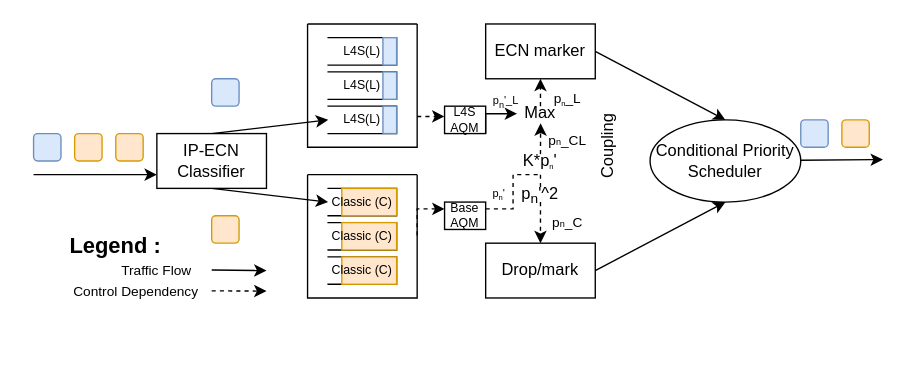
Before: Research Paper Diagrams/Deol L4S Architecture.drawio in MPTCP-FreeBSD/FreeBSD-L4S-Experiments, a draw.io diagram. Source tidied: cells renumbered, new cells numbered last; positions are measured from the earlier drawing's top-left corner, leaving out a move shared by most shapes. Both pictures are drawn from the tidied source at 137%, with x=0, y=0 at pixel (33, 23).
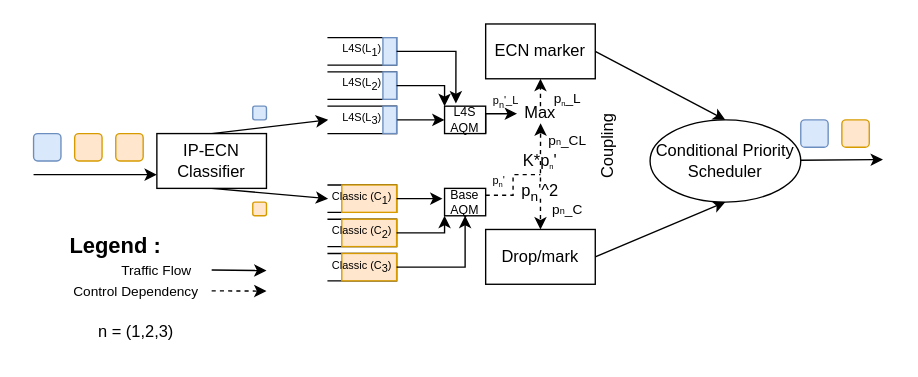
The same page after the edit.

The change refers to these unchanged cells:
```xml
<mxCell id="9" style="shape=partialRectangle;whiteSpace=wrap;html=1;bottom=1;right=1;left=1;top=0;fillColor=none;routingCenterX=-0.5;direction=north;shadow=0;" parent="1" vertex="1">
  <mxGeometry x="215" y="60" width="50" height="20" as="geometry" />
</mxCell>
<mxCell id="13" value="L4S AQM" style="rounded=0;whiteSpace=wrap;html=1;fontSize=9;shadow=0;" parent="1" vertex="1">
  <mxGeometry x="300" y="60" width="30" height="20" as="geometry" />
</mxCell>
<mxCell id="55" style="shape=partialRectangle;whiteSpace=wrap;html=1;bottom=1;right=1;left=1;top=0;fillColor=none;routingCenterX=-0.5;direction=north;shadow=0;" parent="1" vertex="1">
  <mxGeometry x="215" y="10" width="50" height="20" as="geometry" />
</mxCell>
```

What changed in the source:
```diff
@@
+    <mxCell id="63" style="edgeStyle=orthogonalEdgeStyle;rounded=0;jettySize=auto;html=1;exitX=0.5;exitY=1;exitDx=0;exitDy=0;entryX=0;entryY=0.5;entryDx=0;entryDy=0;" parent="1" edge="1" source="9" target="13">
+      <mxGeometry relative="1" as="geometry" />
+    </mxCell>
@@
     <mxCell id="10" style="shape=partialRectangle;whiteSpace=wrap;html=1;bottom=1;right=1;left=1;top=0;fillColor=none;routingCenterX=-0.5;direction=north;shadow=0;" parent="1" vertex="1">
-      <mxGeometry x="215" y="120" width="50" height="20" as="geometry" />
+      <mxGeometry x="215" y="117.5" width="50" height="20" as="geometry" />
     </mxCell>
@@
     <mxCell id="12" style="rounded=0;whiteSpace=wrap;html=1;fillColor=#ffe6cc;strokeColor=#d79b00;shadow=0;" parent="1" vertex="1">
-      <mxGeometry x="225" y="120" width="40" height="20" as="geometry" />
+      <mxGeometry x="225" y="117.5" width="40" height="20" as="geometry" />
     </mxCell>
@@
     <mxCell id="17" value="Drop/mark" style="rounded=0;whiteSpace=wrap;html=1;shadow=0;" parent="1" vertex="1">
-      <mxGeometry x="330" y="160" width="80" height="40" as="geometry" />
+      <mxGeometry x="330" y="150" width="80" height="40" as="geometry" />
     </mxCell>
@@
     <mxCell id="20" style="edgeStyle=orthogonalEdgeStyle;rounded=0;jettySize=auto;html=1;entryX=0.5;entryY=0;entryDx=0;entryDy=0;endArrow=none;endFill=0;shadow=0;dashed=1;" parent="1" edge="1" target="22">
       <mxGeometry relative="1" as="geometry">
-        <mxPoint x="370" y="110" as="sourcePoint" />
+        <mxPoint x="370" y="100" as="sourcePoint" />
         <Array as="points">
-          <mxPoint x="370" y="120" />
-          <mxPoint x="370" y="120" />
+          <mxPoint x="370" y="110" />
+          <mxPoint x="370" y="110" />
         </Array>
       </mxGeometry>
     </mxCell>
@@
     <mxCell id="22" value="p&lt;sub&gt;n&lt;/sub&gt;'^2" style="text;html=1;align=center;verticalAlign=middle;whiteSpace=wrap;rounded=0;shadow=0;" parent="1" vertex="1">
-      <mxGeometry x="355" y="120" width="30" height="10" as="geometry" />
+      <mxGeometry x="355" y="117.5" width="30" height="10" as="geometry" />
     </mxCell>
-    <mxCell id="23" style="edgeStyle=orthogonalEdgeStyle;rounded=0;jettySize=auto;html=1;exitX=0;exitY=0.25;exitDx=0;exitDy=0;endArrow=none;endFill=0;dashed=1;startArrow=classic;startFill=1;" parent="1" edge="1" source="24" target="59">
-      <mxGeometry relative="1" as="geometry" />
-    </mxCell>
     <mxCell id="24" value="Base AQM" style="rounded=0;whiteSpace=wrap;html=1;fontSize=9;shadow=0;" parent="1" vertex="1">
-      <mxGeometry x="300" y="130" width="30" height="20" as="geometry" />
+      <mxGeometry x="300" y="120" width="30" height="20" as="geometry" />
     </mxCell>
@@
     <mxCell id="28" value="&lt;font style=&quot;font-size: 8px;&quot;&gt;p&lt;span style=&quot;font-size: 6.66667px;&quot;&gt;&lt;sub&gt;n&lt;/sub&gt;&lt;/span&gt;'&lt;/font&gt;" style="text;html=1;align=center;verticalAlign=middle;whiteSpace=wrap;rounded=0;shadow=0;" parent="1" vertex="1">
-      <mxGeometry x="330" y="117.5" width="20" height="10" as="geometry" />
+      <mxGeometry x="330" y="107.5" width="20" height="10" as="geometry" />
     </mxCell>
@@
     <mxCell id="31" value="&lt;font style=&quot;font-size: 10px;&quot;&gt;p&lt;span style=&quot;font-size: 6.66667px;&quot;&gt;n&lt;/span&gt;_C&lt;/font&gt;" style="text;html=1;align=center;verticalAlign=middle;whiteSpace=wrap;rounded=0;fontSize=10;shadow=0;" parent="1" vertex="1">
-      <mxGeometry x="380" y="140" width="20" height="10" as="geometry" />
+      <mxGeometry x="380" y="130" width="20" height="10" as="geometry" />
     </mxCell>
@@
     <mxCell id="36" style="rounded=1;whiteSpace=wrap;html=1;direction=east;fillColor=#ffe6cc;strokeColor=#d79b00;" parent="1" vertex="1">
-      <mxGeometry x="130" y="140" width="20" height="20" as="geometry" />
+      <mxGeometry x="160" y="130" width="10" height="10" as="geometry" />
     </mxCell>
     <mxCell id="37" style="rounded=1;whiteSpace=wrap;html=1;direction=east;fillColor=#dae8fc;strokeColor=#6c8ebf;" parent="1" vertex="1">
-      <mxGeometry x="130" y="40" width="20" height="20" as="geometry" />
+      <mxGeometry x="160" y="60" width="10" height="10" as="geometry" />
     </mxCell>
@@
     <mxCell id="44" style="shape=partialRectangle;whiteSpace=wrap;html=1;bottom=1;right=1;left=1;top=0;fillColor=none;routingCenterX=-0.5;direction=north;shadow=0;" parent="1" vertex="1">
-      <mxGeometry x="215" y="145" width="50" height="20" as="geometry" />
+      <mxGeometry x="215" y="142.5" width="50" height="20" as="geometry" />
     </mxCell>
     <mxCell id="45" style="rounded=0;whiteSpace=wrap;html=1;fillColor=#ffe6cc;strokeColor=#d79b00;shadow=0;" parent="1" vertex="1">
-      <mxGeometry x="225" y="145" width="40" height="20" as="geometry" />
+      <mxGeometry x="225" y="142.5" width="40" height="20" as="geometry" />
     </mxCell>
     <mxCell id="46" style="shape=partialRectangle;whiteSpace=wrap;html=1;bottom=1;right=1;left=1;top=0;fillColor=none;routingCenterX=-0.5;direction=north;shadow=0;" parent="1" vertex="1">
-      <mxGeometry x="215" y="170" width="50" height="20" as="geometry" />
+      <mxGeometry x="215" y="167.5" width="50" height="20" as="geometry" />
     </mxCell>
     <mxCell id="47" style="rounded=0;whiteSpace=wrap;html=1;fillColor=#ffe6cc;strokeColor=#d79b00;shadow=0;" parent="1" vertex="1">
-      <mxGeometry x="225" y="170" width="40" height="20" as="geometry" />
+      <mxGeometry x="225" y="167.5" width="40" height="20" as="geometry" />
     </mxCell>
@@
+    <mxCell id="64" style="edgeStyle=orthogonalEdgeStyle;rounded=0;jettySize=auto;html=1;exitX=1;exitY=0.5;exitDx=0;exitDy=0;entryX=0;entryY=0;entryDx=0;entryDy=0;" parent="1" edge="1" source="50" target="13">
+      <mxGeometry relative="1" as="geometry" />
+    </mxCell>
-    <mxCell id="50" value="L4S(L)" style="text;html=1;align=center;verticalAlign=middle;whiteSpace=wrap;rounded=0;fontSize=9;" parent="1" vertex="1">
+    <mxCell id="50" value="L4S(L&lt;sub style=&quot;font-size: 8px;&quot;&gt;2&lt;/sub&gt;)" style="text;html=1;align=center;verticalAlign=middle;whiteSpace=wrap;rounded=0;fontSize=8;" parent="1" vertex="1">
       <mxGeometry x="215" y="35" width="50" height="20" as="geometry" />
     </mxCell>
-    <mxCell id="51" value="L4S(L)" style="text;html=1;align=center;verticalAlign=middle;whiteSpace=wrap;rounded=0;fontSize=9;" parent="1" vertex="1">
+    <mxCell id="51" value="L4S(L&lt;sub style=&quot;font-size: 8px;&quot;&gt;3&lt;/sub&gt;)" style="text;html=1;align=center;verticalAlign=middle;whiteSpace=wrap;rounded=0;fontSize=8;" parent="1" vertex="1">
       <mxGeometry x="215" y="60" width="50" height="20" as="geometry" />
     </mxCell>
-    <mxCell id="52" value="&lt;span style=&quot;font-size: 9px;&quot;&gt;Classic (C)&lt;/span&gt;" style="text;html=1;align=center;verticalAlign=middle;whiteSpace=wrap;rounded=0;fontSize=9;" parent="1" vertex="1">
-      <mxGeometry x="215" y="120" width="50" height="20" as="geometry" />
+    <mxCell id="52" value="&lt;span style=&quot;font-size: 8px;&quot;&gt;Classic (C&lt;sub style=&quot;font-size: 8px;&quot;&gt;1&lt;/sub&gt;)&lt;/span&gt;" style="text;html=1;align=center;verticalAlign=middle;whiteSpace=wrap;rounded=0;fontSize=8;" parent="1" vertex="1">
+      <mxGeometry x="215" y="117.5" width="50" height="20" as="geometry" />
     </mxCell>
+    <mxCell id="65" style="edgeStyle=orthogonalEdgeStyle;rounded=0;jettySize=auto;html=1;exitX=1;exitY=0.5;exitDx=0;exitDy=0;entryX=0;entryY=1;entryDx=0;entryDy=0;" parent="1" edge="1" source="53" target="24">
+      <mxGeometry relative="1" as="geometry" />
+    </mxCell>
-    <mxCell id="53" value="&lt;span style=&quot;font-size: 9px;&quot;&gt;Classic (C)&lt;/span&gt;" style="text;html=1;align=center;verticalAlign=middle;whiteSpace=wrap;rounded=0;fontSize=9;" parent="1" vertex="1">
-      <mxGeometry x="215" y="145" width="50" height="20" as="geometry" />
+    <mxCell id="53" value="&lt;span style=&quot;font-size: 8px;&quot;&gt;Classic (C&lt;sub style=&quot;font-size: 8px;&quot;&gt;2&lt;/sub&gt;)&lt;/span&gt;" style="text;html=1;align=center;verticalAlign=middle;whiteSpace=wrap;rounded=0;fontSize=8;" parent="1" vertex="1">
+      <mxGeometry x="215" y="142.5" width="50" height="20" as="geometry" />
     </mxCell>
+    <mxCell id="66" style="edgeStyle=orthogonalEdgeStyle;rounded=0;jettySize=auto;html=1;exitX=1;exitY=0.5;exitDx=0;exitDy=0;entryX=0.5;entryY=1;entryDx=0;entryDy=0;" parent="1" edge="1" source="54" target="24">
+      <mxGeometry relative="1" as="geometry" />
+    </mxCell>
-    <mxCell id="54" value="&lt;span style=&quot;font-size: 9px;&quot;&gt;Classic (C)&lt;/span&gt;" style="text;html=1;align=center;verticalAlign=middle;whiteSpace=wrap;rounded=0;fontSize=9;" parent="1" vertex="1">
-      <mxGeometry x="215" y="170" width="50" height="20" as="geometry" />
+    <mxCell id="54" value="&lt;span style=&quot;font-size: 8px;&quot;&gt;Classic (C&lt;sub style=&quot;font-size: 8px;&quot;&gt;3&lt;/sub&gt;)&lt;/span&gt;" style="text;html=1;align=center;verticalAlign=middle;whiteSpace=wrap;rounded=0;fontSize=8;" parent="1" vertex="1">
+      <mxGeometry x="215" y="167.5" width="50" height="20" as="geometry" />
     </mxCell>
@@
-    <mxCell id="57" value="L4S(L)" style="text;html=1;align=center;verticalAlign=middle;whiteSpace=wrap;rounded=0;fontSize=9;" parent="1" vertex="1">
+    <mxCell id="57" value="L4S(L&lt;sub style=&quot;font-size: 8px;&quot;&gt;1&lt;/sub&gt;)" style="text;html=1;align=center;verticalAlign=middle;whiteSpace=wrap;rounded=0;fontSize=8;" parent="1" vertex="1">
       <mxGeometry x="215" y="10" width="50" height="20" as="geometry" />
     </mxCell>
-    <mxCell id="58" style="swimlane;startSize=0;" parent="1" vertex="1">
-      <mxGeometry x="200" width="80" height="90" as="geometry" />
-    </mxCell>
-    <mxCell id="59" style="swimlane;startSize=0;" parent="1" vertex="1">
-      <mxGeometry x="200" y="110" width="80" height="90" as="geometry" />
-    </mxCell>
-    <mxCell id="60" style="edgeStyle=orthogonalEdgeStyle;rounded=0;jettySize=auto;html=1;exitX=1;exitY=0.75;exitDx=0;exitDy=0;entryX=-0.005;entryY=0.424;entryDx=0;entryDy=0;entryPerimeter=0;dashed=1;" parent="1" edge="1" source="58" target="13">
-      <mxGeometry relative="1" as="geometry" />
-    </mxCell>
@@
     <mxCell id="62" style="endArrow=none;html=1;rounded=0;exitX=1;exitY=0.25;exitDx=0;exitDy=0;dashed=1;" parent="1" edge="1" source="24">
       <mxGeometry relative="1" as="geometry">
         <mxPoint x="370" y="110" as="targetPoint" />
         <Array as="points">
-          <mxPoint x="350" y="135" />
+          <mxPoint x="350" y="125" />
           <mxPoint x="350" y="110" />
         </Array>
       </mxGeometry>
     </mxCell>
+    <mxCell id="67" style="edgeStyle=orthogonalEdgeStyle;rounded=0;jettySize=auto;html=1;exitX=0.5;exitY=1;exitDx=0;exitDy=0;entryX=0.275;entryY=-0.1;entryDx=0;entryDy=0;entryPerimeter=0;" parent="1" edge="1" source="55" target="13">
+      <mxGeometry relative="1" as="geometry" />
+    </mxCell>
+    <mxCell id="68" style="edgeStyle=orthogonalEdgeStyle;rounded=0;jettySize=auto;html=1;exitX=0.5;exitY=1;exitDx=0;exitDy=0;entryX=-0.05;entryY=0.395;entryDx=0;entryDy=0;entryPerimeter=0;" parent="1" edge="1" source="10" target="24">
+      <mxGeometry relative="1" as="geometry" />
+    </mxCell>
+    <mxCell id="69" value="n = (1,2,3)" style="text;html=1;align=center;verticalAlign=middle;whiteSpace=wrap;rounded=0;" parent="1" vertex="1">
+      <mxGeometry x="45" y="210" width="60" height="30" as="geometry" />
+    </mxCell>
```
